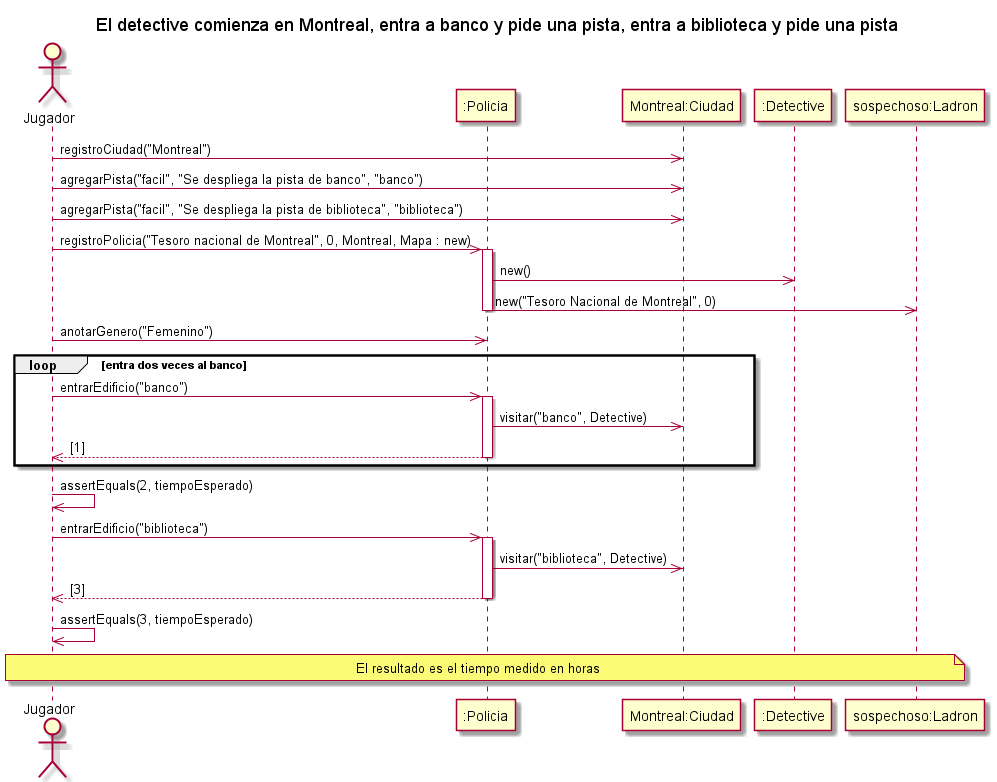
Earlier version of the PlantUML export diagrams/sequences/entrega1/DS_DetectiveEntraABancoYBibliotecaYPidePistas.png (kmu01/Algo3_tp2). The source it was exported from:
```plantuml
@startuml
title El detective comienza en Montreal, entra a banco y pide una pista, entra a biblioteca y pide una pista

actor "Jugador" as AlgoThief
participant ":Policia" as Policia
participant "Montreal:Ciudad" as Ciudad
participant ":Detective" as Grado
participant "sospechoso:Ladron" as Ladron

AlgoThief ->> Ciudad : registroCiudad("Montreal")
AlgoThief ->> Ciudad : agregarPista("facil", "Se despliega la pista de banco", "banco")
AlgoThief ->> Ciudad : agregarPista("facil", "Se despliega la pista de biblioteca", "biblioteca")

AlgoThief ->> Policia : registroPolicia("Tesoro nacional de Montreal", 0, Montreal, Mapa : new)
activate Policia
Policia ->> Grado : new()
Policia ->> Ladron : new("Tesoro Nacional de Montreal", 0)
deactivate Policia
AlgoThief ->> Policia : anotarGenero("Femenino")
loop entra dos veces al banco
AlgoThief ->> Policia : entrarEdificio("banco")
activate Policia
Policia ->> Ciudad : visitar("banco", Detective)
return [1]
end
deactivate Policia
AlgoThief ->> AlgoThief : assertEquals(2, tiempoEsperado)
AlgoThief ->> Policia : entrarEdificio("biblioteca")
activate Policia
Policia ->> Ciudad : visitar("biblioteca", Detective)
return [3]
deactivate Policia
AlgoThief ->> AlgoThief : assertEquals(3, tiempoEsperado)
note across: El resultado es el tiempo medido en horas
@enduml
```
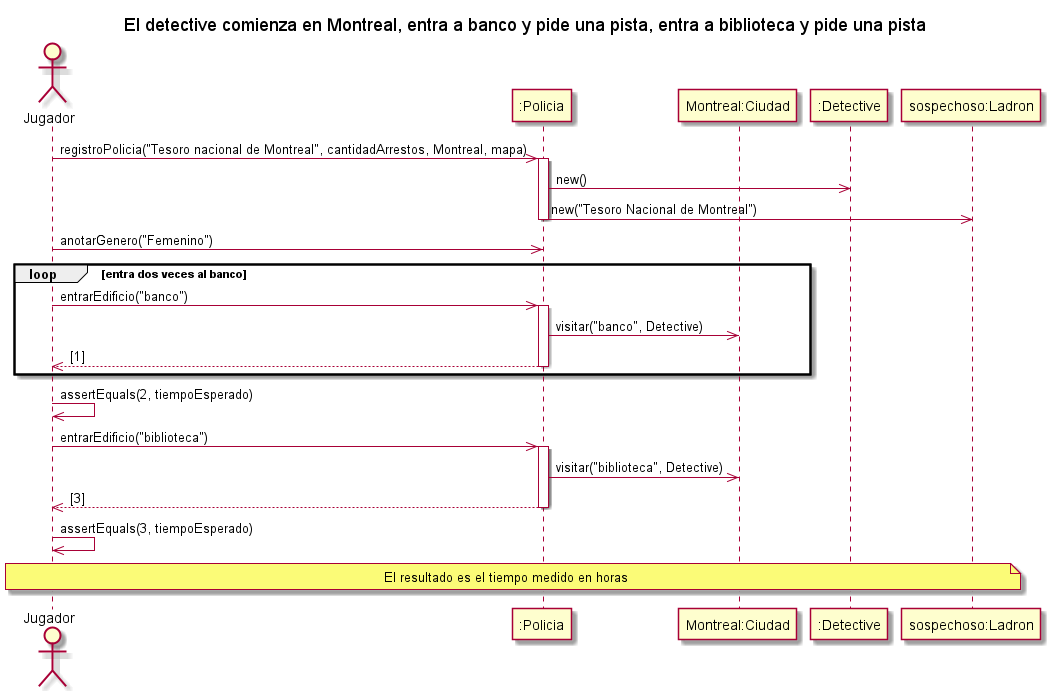
Above is the later version.

The edit, as a diff of the source:
```diff
@@ -7,14 +7,11 @@
 participant ":Detective" as Grado
 participant "sospechoso:Ladron" as Ladron
 
-AlgoThief ->> Ciudad : registroCiudad("Montreal")
-AlgoThief ->> Ciudad : agregarPista("facil", "Se despliega la pista de banco", "banco")
-AlgoThief ->> Ciudad : agregarPista("facil", "Se despliega la pista de biblioteca", "biblioteca")
 
-AlgoThief ->> Policia : registroPolicia("Tesoro nacional de Montreal", 0, Montreal, Mapa : new)
+AlgoThief ->> Policia : registroPolicia("Tesoro nacional de Montreal", cantidadArrestos, Montreal, mapa)
 activate Policia
 Policia ->> Grado : new()
-Policia ->> Ladron : new("Tesoro Nacional de Montreal", 0)
+Policia ->> Ladron : new("Tesoro Nacional de Montreal")
 deactivate Policia
 AlgoThief ->> Policia : anotarGenero("Femenino")
 loop entra dos veces al banco
```
